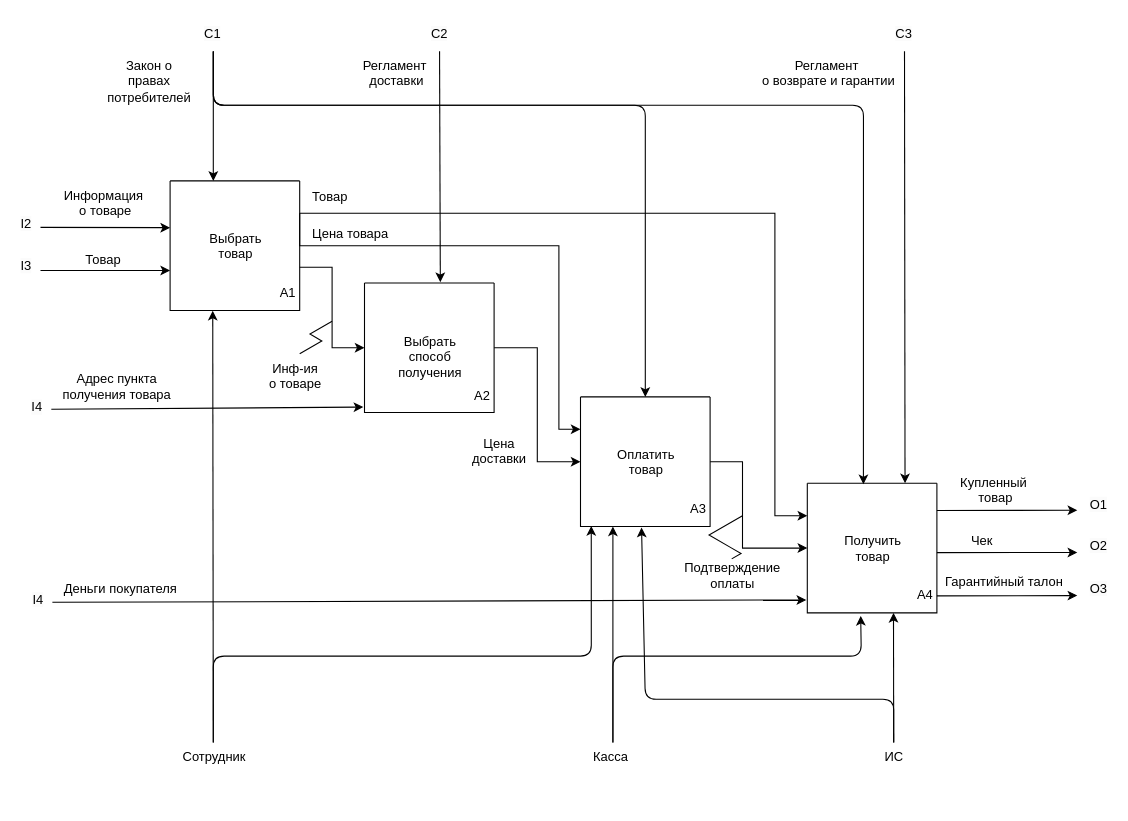
melikhovaeva/business-processes keeps this draw.io diagram as decomposition IDEF0(AS-IS).drawio. Above is the earlier version. Source tidied: cells renumbered, new cells numbered last; positions are measured from the earlier drawing's top-left corner, leaving out a move shared by most shapes. Both pictures are drawn from the tidied source at 108%, with x=0, y=0 at pixel (18, 18).
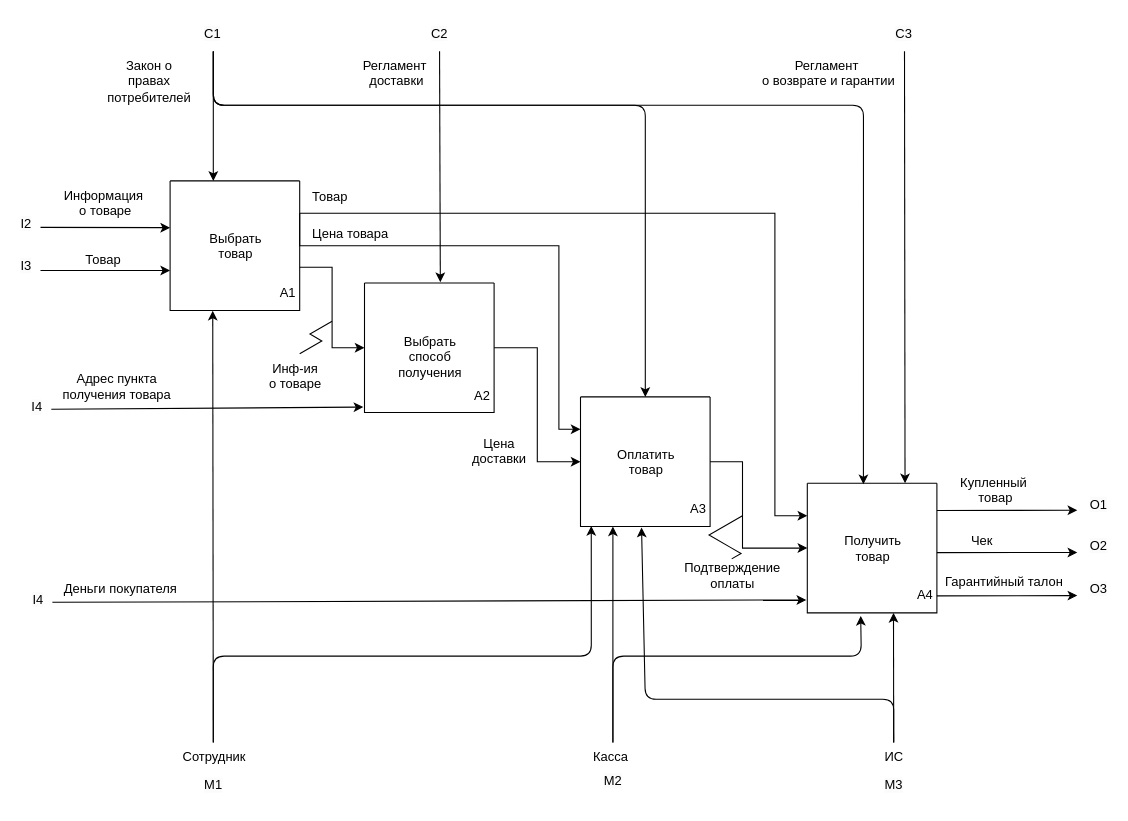
Above is the later version.

The edit, as a diff of the source:
```diff
@@
+    <mxCell id="67" value="&lt;span style=&quot;caret-color: rgb(0, 0, 0); color: rgb(0, 0, 0); font-family: Helvetica; font-style: normal; font-variant-caps: normal; font-weight: 400; letter-spacing: normal; text-align: center; text-indent: 0px; text-transform: none; word-spacing: 0px; -webkit-text-stroke-width: 0px; background-color: rgb(251, 251, 251); text-decoration: none; float: none; display: inline !important;&quot;&gt;&lt;font style=&quot;font-size: 12px;&quot;&gt;M1&lt;/font&gt;&lt;/span&gt;" style="text;whiteSpace=wrap;html=1;" parent="1" vertex="1">
+      <mxGeometry x="170" y="696" width="20" height="30" as="geometry" />
+    </mxCell>
+    <mxCell id="68" value="&lt;span style=&quot;caret-color: rgb(0, 0, 0); color: rgb(0, 0, 0); font-family: Helvetica; font-style: normal; font-variant-caps: normal; font-weight: 400; letter-spacing: normal; text-align: center; text-indent: 0px; text-transform: none; word-spacing: 0px; -webkit-text-stroke-width: 0px; background-color: rgb(251, 251, 251); text-decoration: none; float: none; display: inline !important;&quot;&gt;&lt;font style=&quot;font-size: 12px;&quot;&gt;M2&lt;/font&gt;&lt;/span&gt;" style="text;whiteSpace=wrap;html=1;" parent="1" vertex="1">
+      <mxGeometry x="540" y="692" width="20" height="30" as="geometry" />
+    </mxCell>
+    <mxCell id="69" value="&lt;span style=&quot;caret-color: rgb(0, 0, 0); color: rgb(0, 0, 0); font-family: Helvetica; font-style: normal; font-variant-caps: normal; font-weight: 400; letter-spacing: normal; text-align: center; text-indent: 0px; text-transform: none; word-spacing: 0px; -webkit-text-stroke-width: 0px; background-color: rgb(251, 251, 251); text-decoration: none; float: none; display: inline !important;&quot;&gt;&lt;font style=&quot;font-size: 12px;&quot;&gt;M3&lt;/font&gt;&lt;/span&gt;" style="text;whiteSpace=wrap;html=1;" parent="1" vertex="1">
+      <mxGeometry x="800" y="696" width="20" height="30" as="geometry" />
+    </mxCell>
```
